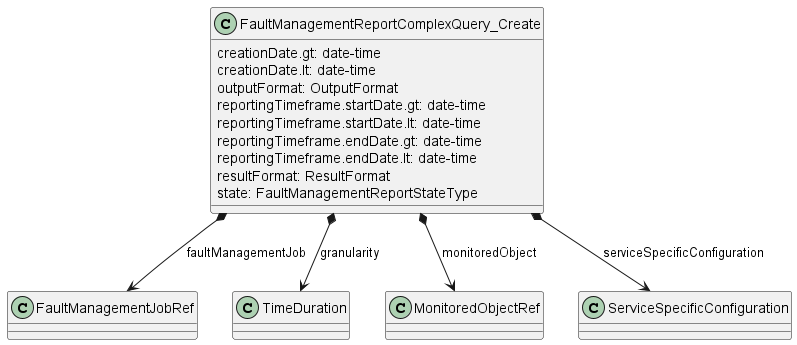
This is documentation/serviceApi/fm/media/faultManagementReportComplexQueryModel.png from MEF-GIT/MEF-LSO-Legato-SDK, a PlantUML export, as it was before one commit. The source it was exported from:
```plantuml
@startuml faultManagementReportComplexQueryModel

class FaultManagementReportComplexQuery_Create {

    creationDate.gt: date-time
    creationDate.lt: date-time
    outputFormat: OutputFormat
    reportingTimeframe.startDate.gt: date-time
    reportingTimeframe.startDate.lt: date-time
    reportingTimeframe.endDate.gt: date-time
    reportingTimeframe.endDate.lt: date-time
    resultFormat: ResultFormat
    state: FaultManagementReportStateType
}

FaultManagementReportComplexQuery_Create *--> FaultManagementJobRef : faultManagementJob
FaultManagementReportComplexQuery_Create *--> TimeDuration : granularity
FaultManagementReportComplexQuery_Create *--> MonitoredObjectRef : monitoredObject
FaultManagementReportComplexQuery_Create *--> ServiceSpecificConfiguration : serviceSpecificConfiguration


@enduml
```
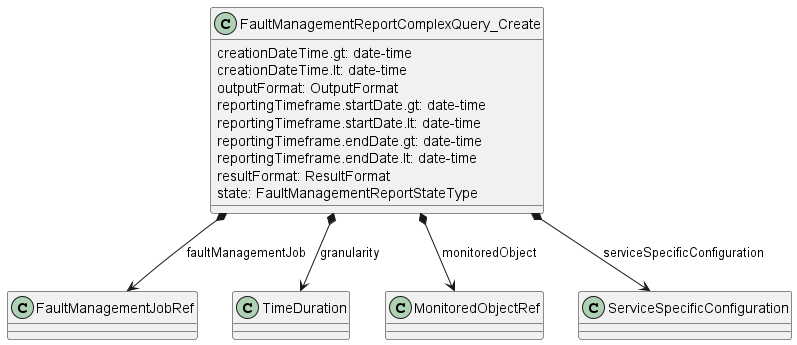
After the change.

What changed in the source:
```diff
@@ -1,9 +1,8 @@
 @startuml faultManagementReportComplexQueryModel
 
 class FaultManagementReportComplexQuery_Create {
-
-    creationDate.gt: date-time
-    creationDate.lt: date-time
+    creationDateTime.gt: date-time
+    creationDateTime.lt: date-time
     outputFormat: OutputFormat
     reportingTimeframe.startDate.gt: date-time
     reportingTimeframe.startDate.lt: date-time
@@ -18,5 +17,4 @@
 FaultManagementReportComplexQuery_Create *--> MonitoredObjectRef : monitoredObject
 FaultManagementReportComplexQuery_Create *--> ServiceSpecificConfiguration : serviceSpecificConfiguration
 
-
 @enduml
```
